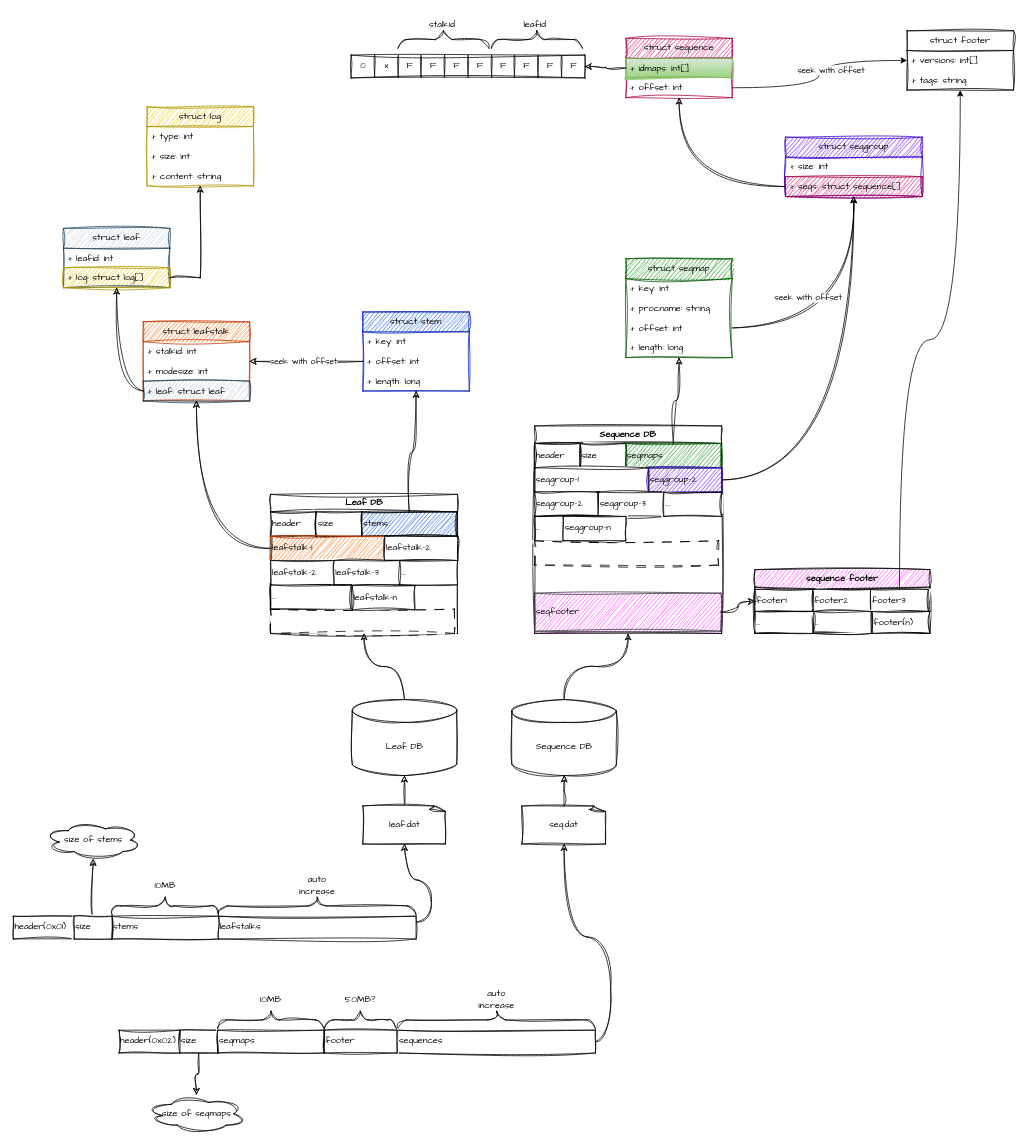
LukeAtTheWorld/LUKE keeps this draw.io diagram as Untitled Diagram.drawio. Above is the earlier version. Source tidied: cells renumbered, new cells numbered last; positions are measured from the earlier drawing's top-left corner, leaving out a move shared by most shapes. Both pictures are drawn from the tidied source at 76%, with x=0, y=0 at pixel (13, 13).
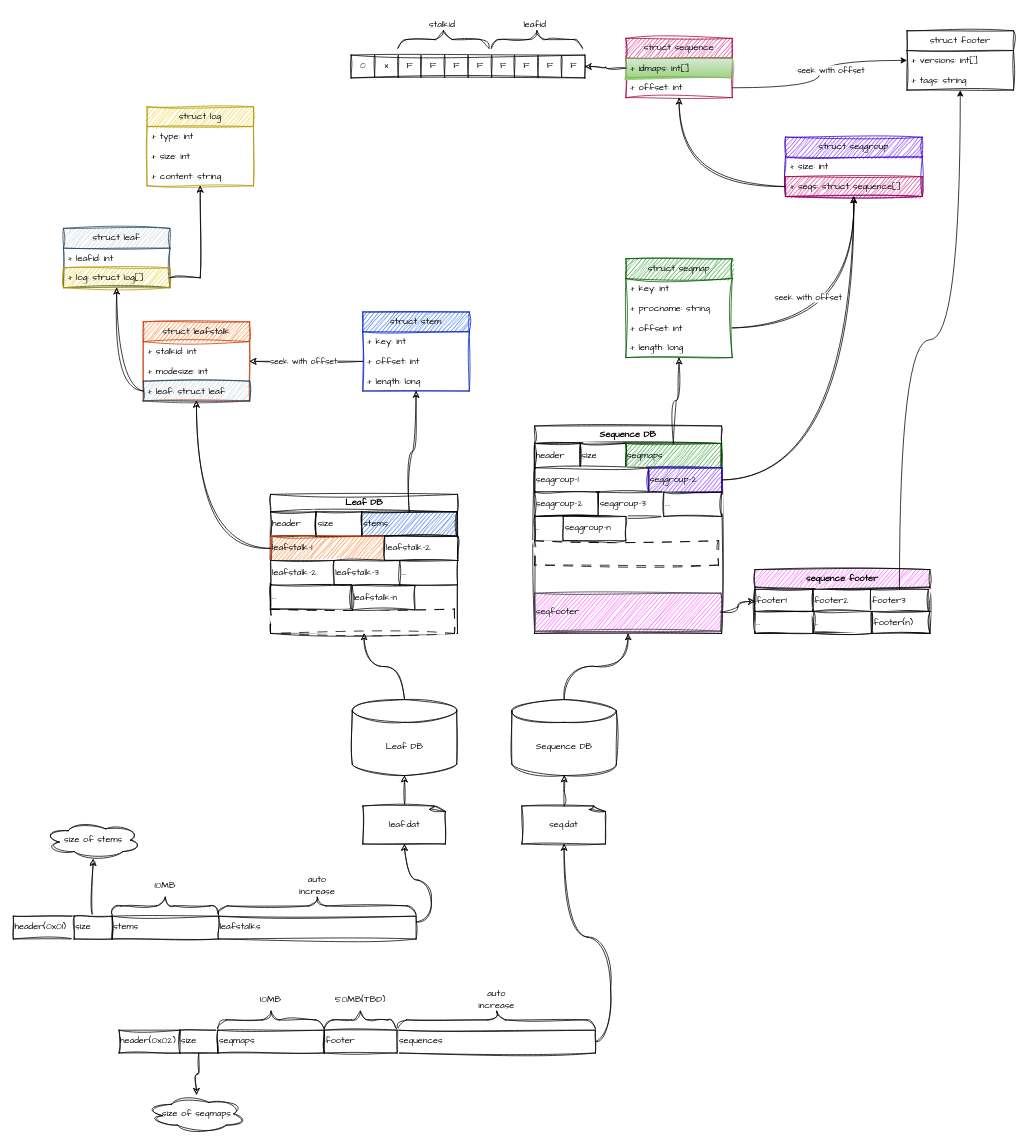
After the change.

What changed in the source:
```diff
@@
-    <mxCell id="126" value="50MB?" style="text;strokeColor=none;align=center;fillColor=none;html=1;verticalAlign=middle;whiteSpace=wrap;rounded=0;fontFamily=Comic Sans MS;sketch=1;curveFitting=1;jiggle=2;" parent="1" vertex="1">
+    <mxCell id="126" value="50MB(TBD)" style="text;strokeColor=none;align=center;fillColor=none;html=1;verticalAlign=middle;whiteSpace=wrap;rounded=0;fontFamily=Comic Sans MS;sketch=1;curveFitting=1;jiggle=2;" parent="1" vertex="1">
       <mxGeometry x="427.1" y="1283" width="60" height="30" as="geometry" />
     </mxCell>
```
